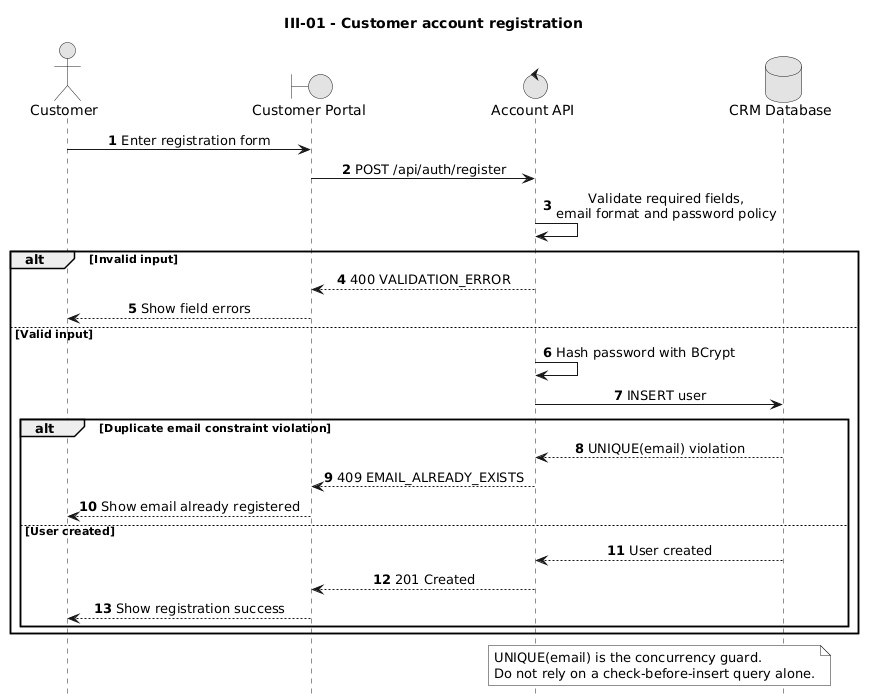
duygri/do-an-htttdn-crm keeps this PlantUML diagram as docs/diagrams/customer/III-01-registration.png. Above is the earlier version.
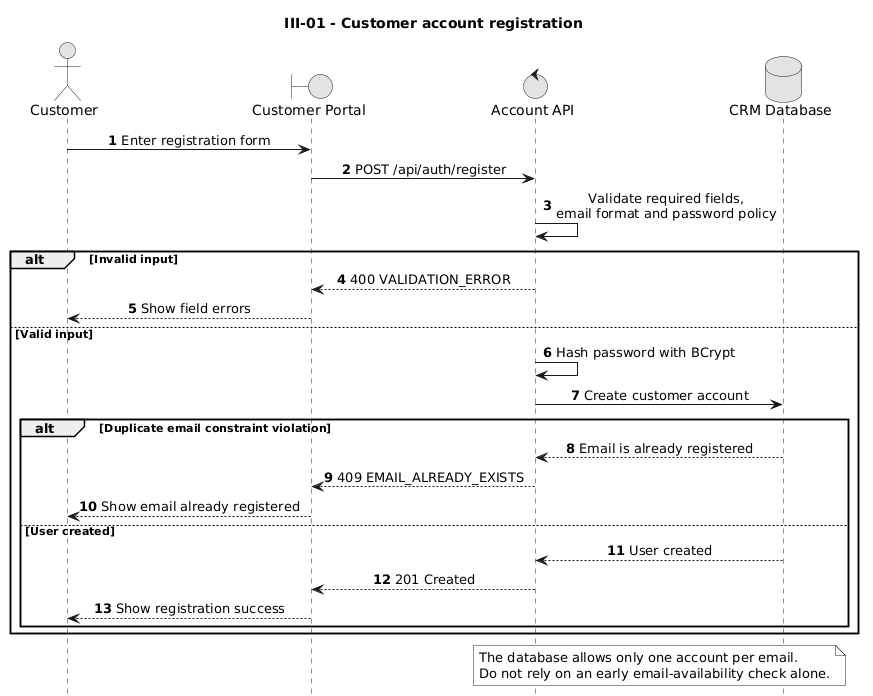
After the commit.

The edit, as a diff of the source:
```diff
@@ -21,10 +21,10 @@
     Web --> Customer: Show field errors
 else Valid input
     API -> API: Hash password with BCrypt
-    API -> DB: INSERT user
+    API -> DB: Create customer account
 
     alt Duplicate email constraint violation
-        DB --> API: UNIQUE(email) violation
+        DB --> API: Email is already registered
         API --> Web: 409 EMAIL_ALREADY_EXISTS
         Web --> Customer: Show email already registered
     else User created
@@ -35,8 +35,8 @@
 end
 
 note over API,DB
-  UNIQUE(email) is the concurrency guard.
-  Do not rely on a check-before-insert query alone.
+  The database allows only one account per email.
+  Do not rely on an early email-availability check alone.
 end note
 
 @enduml
```
